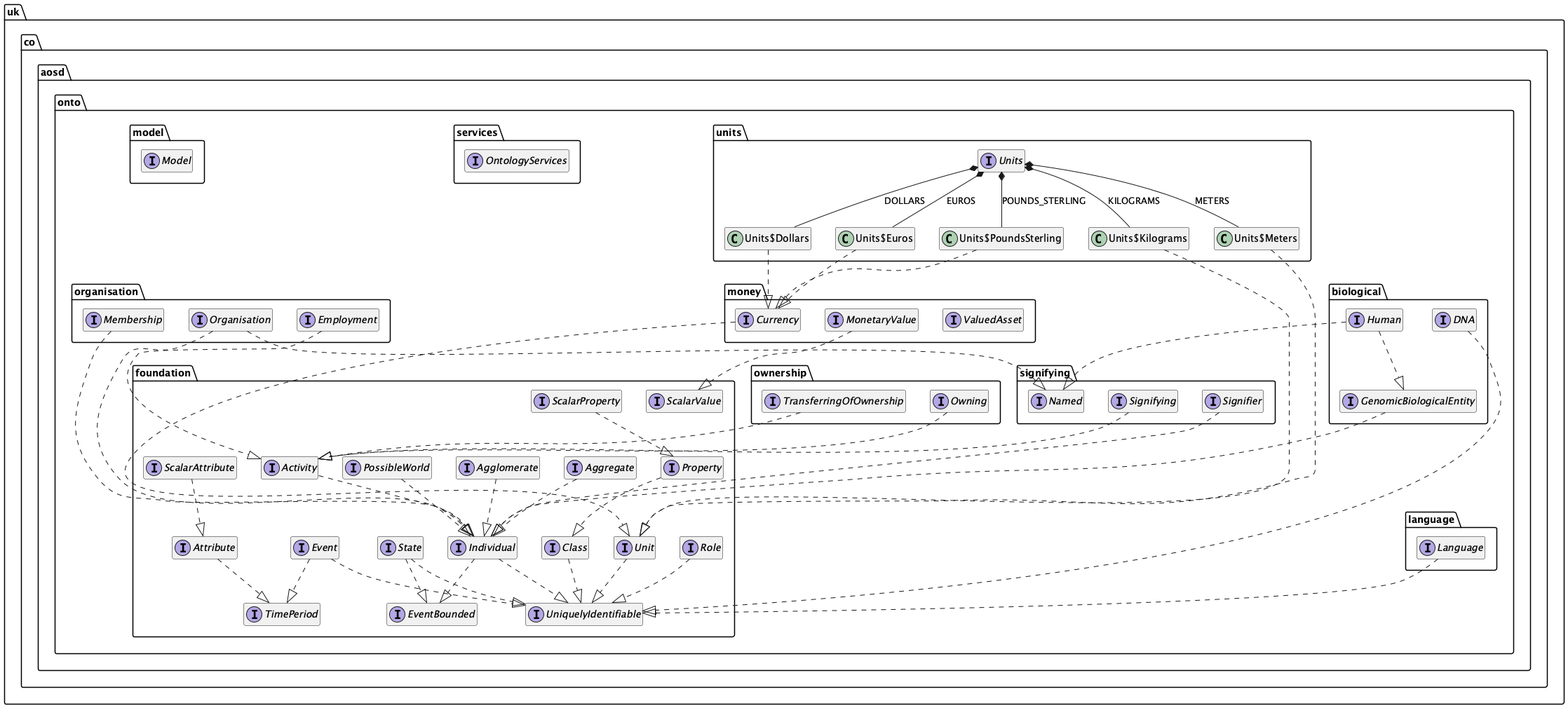
Above: diagrams/uml.png in twalmsley/FoundationOntology (PlantUML), before the change.
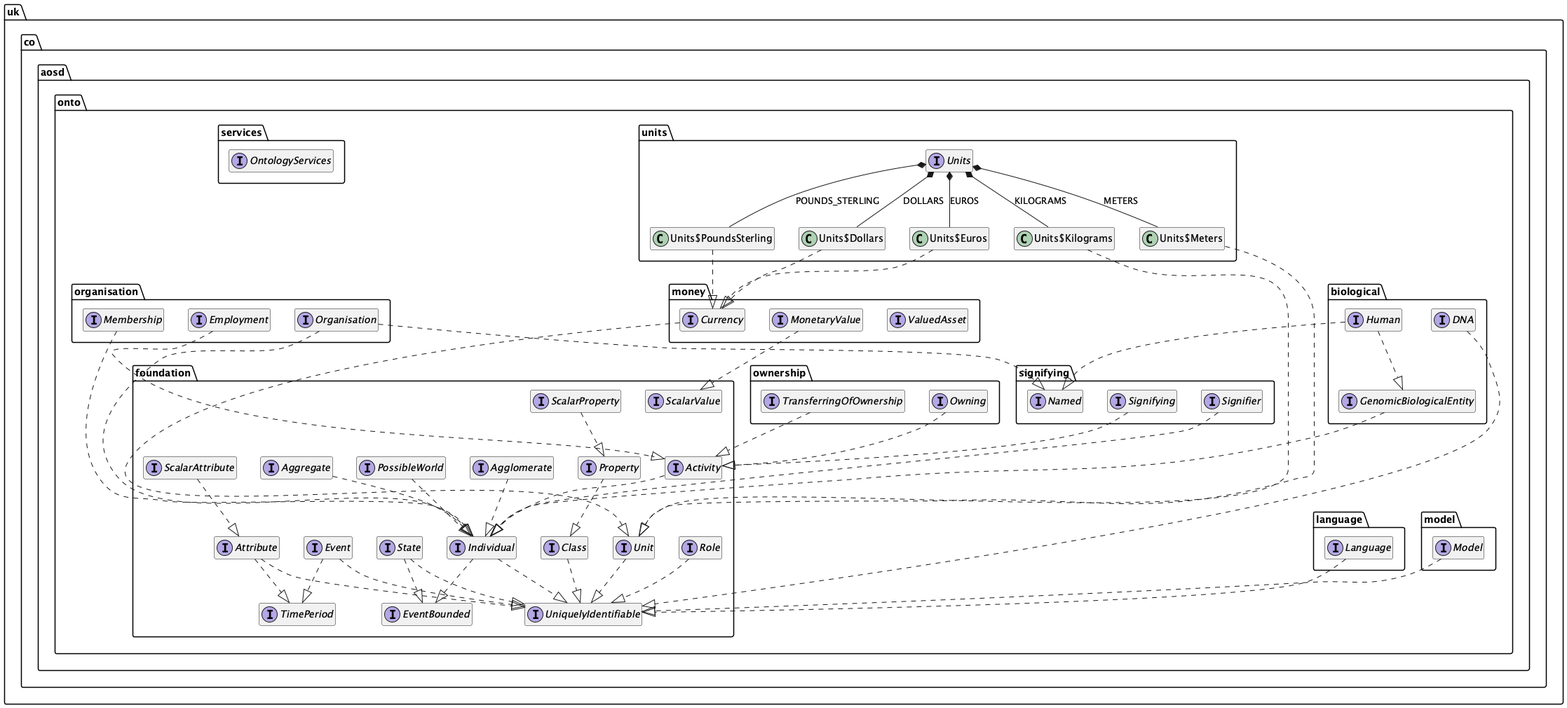
After the change.

The edit, as a diff of the source:
```diff
@@ -117,7 +117,6 @@
 interface uk.co.aosd.onto.model.Model {
 	{method}  {abstract} +add ( paramUniquelyIdentifiable1 : uk.co.aosd.onto.foundation.UniquelyIdentifiable ) : void
 	{method}  {abstract} +getThing ( paramString1 : String ) : java.util.Optional
-	{method}  {abstract} +getThings () : java.util.Collection
 }
 
 
@@ -178,7 +177,7 @@
 	{method}  {abstract} +createHuman ( paramString1 : String , paramBirth2 : uk.co.aosd.onto.events.Birth , paramDeath3 : uk.co.aosd.onto.events.Death , paramClass4 : uk.co.aosd.onto.foundation.Class , paramLanguage5 : uk.co.aosd.onto.language.Language , paramClass6 : uk.co.aosd.onto.foundation.Class , paramDNA7 : uk.co.aosd.onto.biological.DNA ) : uk.co.aosd.onto.biological.Human
 	{method}  {abstract} +createLanguage ( paramString1 : String , paramString2 : String ) : uk.co.aosd.onto.language.Language
 	{method}  {abstract} +createMembership ( paramString1 : String , paramHuman2 : uk.co.aosd.onto.biological.Human , paramRole3 : uk.co.aosd.onto.foundation.Role , paramAppointed4 : uk.co.aosd.onto.events.Appointed , paramRemoved5 : uk.co.aosd.onto.events.Removed ) : uk.co.aosd.onto.organisation.Membership
-	{method}  {abstract} +createModel () : uk.co.aosd.onto.model.Model
+	{method}  {abstract} +createModel ( paramString1 : String ) : uk.co.aosd.onto.model.Model
 	{method}  {abstract} +createMonetaryValue ( paramDecimal3f1 : org.decimal4j.immutable.Decimal3f , paramCurrency2 : uk.co.aosd.onto.money.Currency ) : uk.co.aosd.onto.money.MonetaryValue
 	{method}  {abstract} +createOrganisation ( paramString1 : String , paramClass2 : uk.co.aosd.onto.foundation.Class , paramString3 : String , paramClass4 : uk.co.aosd.onto.foundation.Class , paramClass5 : uk.co.aosd.onto.foundation.Class , paramFormed6 : uk.co.aosd.onto.events.Formed , paramDissolved7 : uk.co.aosd.onto.events.Dissolved ) : uk.co.aosd.onto.organisation.Organisation
 	{method}  {abstract} +createOwnership ( paramString1 : String , paramString2 : String , paramIndividual3 : uk.co.aosd.onto.foundation.Individual , paramIndividual4 : uk.co.aosd.onto.foundation.Individual , paramTransferredFrom5 : uk.co.aosd.onto.events.TransferredFrom , paramTransferredTo6 : uk.co.aosd.onto.events.TransferredTo ) : uk.co.aosd.onto.ownership.Owning
@@ -293,6 +292,7 @@
 uk.co.aosd.onto.foundation.Agglomerate ..|>  uk.co.aosd.onto.foundation.Individual
 uk.co.aosd.onto.foundation.Aggregate ..|>  uk.co.aosd.onto.foundation.Individual
 uk.co.aosd.onto.foundation.Attribute ..|>  uk.co.aosd.onto.foundation.TimePeriod
+uk.co.aosd.onto.foundation.Attribute ..|>  uk.co.aosd.onto.foundation.UniquelyIdentifiable
 uk.co.aosd.onto.foundation.Class ..|>  uk.co.aosd.onto.foundation.UniquelyIdentifiable
 uk.co.aosd.onto.foundation.Event ..|>  uk.co.aosd.onto.foundation.TimePeriod
 uk.co.aosd.onto.foundation.Event ..|>  uk.co.aosd.onto.foundation.UniquelyIdentifiable
@@ -307,6 +307,7 @@
 uk.co.aosd.onto.foundation.State ..|>  uk.co.aosd.onto.foundation.UniquelyIdentifiable
 uk.co.aosd.onto.foundation.Unit ..|>  uk.co.aosd.onto.foundation.UniquelyIdentifiable
 uk.co.aosd.onto.language.Language ..|>  uk.co.aosd.onto.foundation.UniquelyIdentifiable
+uk.co.aosd.onto.model.Model ..|>  uk.co.aosd.onto.foundation.UniquelyIdentifiable
 uk.co.aosd.onto.money.Currency ..|>  uk.co.aosd.onto.foundation.Unit
 uk.co.aosd.onto.money.MonetaryValue ..|>  uk.co.aosd.onto.foundation.ScalarValue
 uk.co.aosd.onto.organisation.Employment ..|>  uk.co.aosd.onto.foundation.Activity
```
